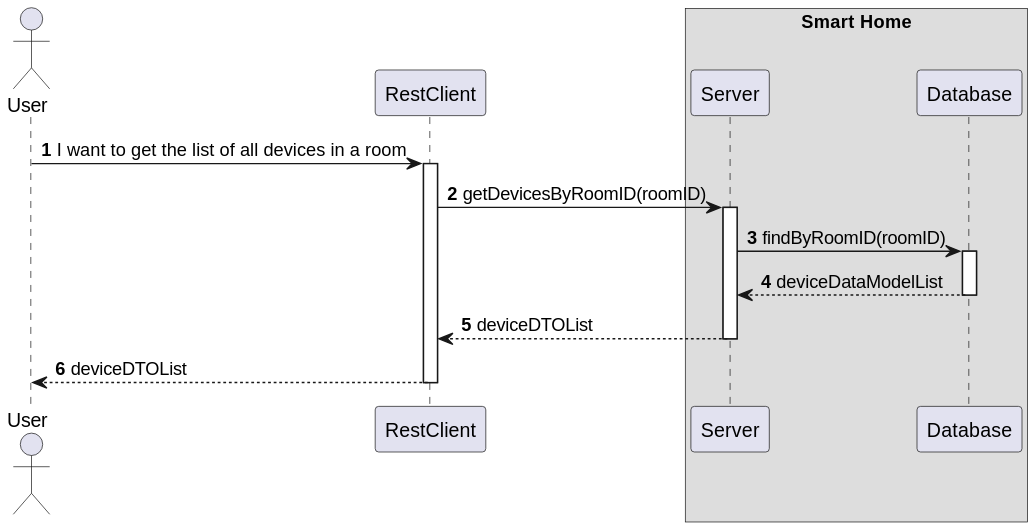
Before: docs/ooa/C4_4plus1_models/Level2/ProcessView/ProcessViewLevel2_UC06v1.svg, a diagram exported from PlantUML (olivDiogo/SmartHome).
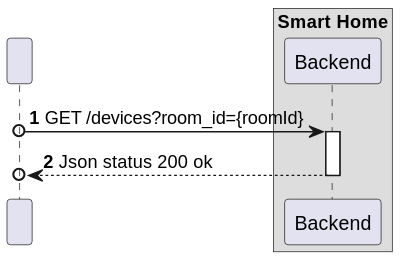
Above is the later version.

Commit message:
docs: update process view level 2

Change to the diagram source:
```diff
@@ -3,28 +3,15 @@
 
 autonumber
 
-actor "User" as User
-participant "RestClient" as RC
+
+participant " " as HTTP
 box "Smart Home"
-    participant "Server" as Server
-    participant "Database" as DB
+    participant "Backend" as BE
 end box
 
-User -> RC : I want to get the list of all devices in a room
-activate RC
+HTTP o-> BE : GET /devices?room_id={roomId}
+activate BE
 
-RC -> Server : getDevicesByRoomID(roomID)
-activate Server
-
-Server -> DB : findByRoomID(roomID)
-activate DB
-
-DB --> Server : deviceDataModelList
-deactivate DB
-
-Server --> RC : deviceDTOList
-deactivate Server
-
-RC --> User : deviceDTOList
-deactivate RC
+BE -->o HTTP : Json status 200 ok
+deactivate BE
 @enduml
```
